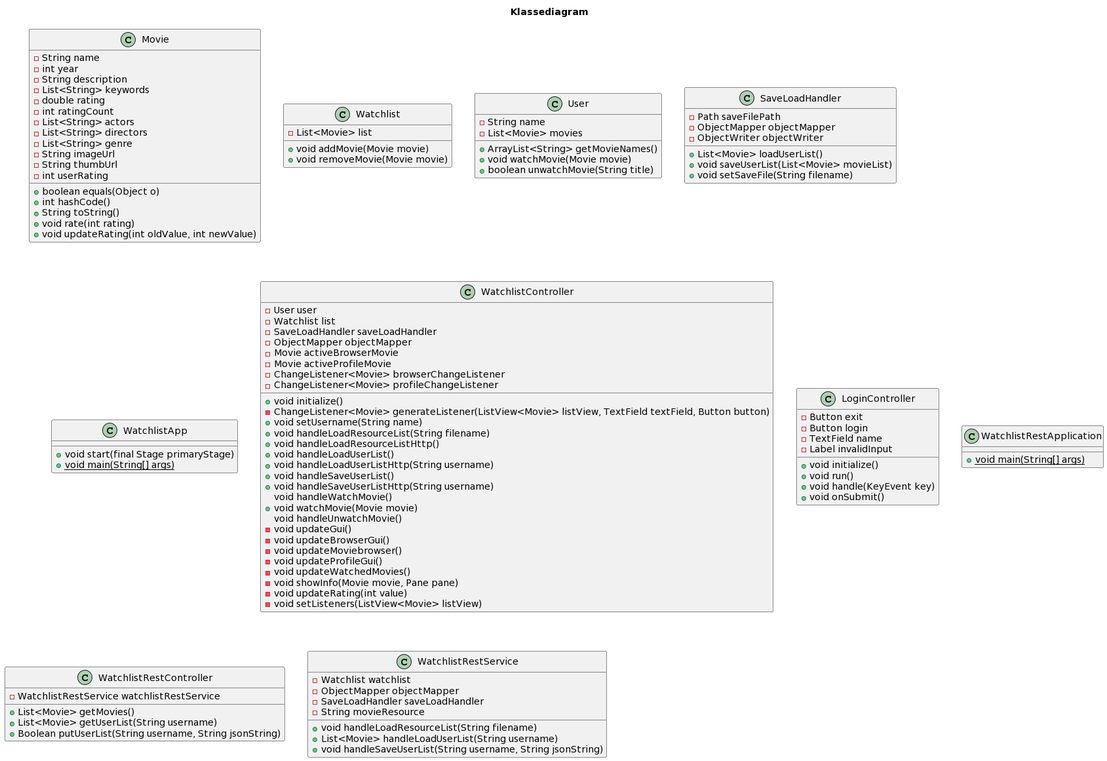
This is docs/release3/images/klassediagram.png from Vidarsg/Watchlist, a PlantUML export, as it was before one commit. Source of this version:
```plantuml
@startuml
title Klassediagram


class Movie {
    -String name
    -int year
    -String description
    -List<String> keywords
    -double rating
    -int ratingCount
    -List<String> actors
    -List<String> directors
    -List<String> genre
    -String imageUrl
    -String thumbUrl
    -int userRating
    +boolean equals(Object o)
    +int hashCode()
    +String toString()
    +void rate(int rating)
    +void updateRating(int oldValue, int newValue)
}

class Watchlist {
    -List<Movie> list
    +void addMovie(Movie movie)
    +void removeMovie(Movie movie)
}

class User {
    -String name
    -List<Movie> movies
    +ArrayList<String> getMovieNames()
    +void watchMovie(Movie movie)
    +boolean unwatchMovie(String title)
}

class SaveLoadHandler {
    -Path saveFilePath
    -ObjectMapper objectMapper
    -ObjectWriter objectWriter
    +List<Movie> loadUserList()
    +void saveUserList(List<Movie> movieList)
    +void setSaveFile(String filename)
}

class WatchlistApp {
    +void start(final Stage primaryStage)
    +{static} void main(String[] args)
}

class WatchlistController {
    -User user
    -Watchlist list
    -SaveLoadHandler saveLoadHandler
    -ObjectMapper objectMapper
    -Movie activeBrowserMovie
    -Movie activeProfileMovie
    -ChangeListener<Movie> browserChangeListener
    -ChangeListener<Movie> profileChangeListener


    +void initialize()
    -ChangeListener<Movie> generateListener(ListView<Movie> listView, TextField textField, Button button)
    +void setUsername(String name)
    +void handleLoadResourceList(String filename)
    +void handleLoadResourceListHttp()
    +void handleLoadUserList()
    +void handleLoadUserListHttp(String username)
    +void handleSaveUserList()
    +void handleSaveUserListHttp(String username)
    void handleWatchMovie()
    +void watchMovie(Movie movie)
    void handleUnwatchMovie()
    -void updateGui()
    -void updateBrowserGui()
    -void updateMoviebrowser()
    -void updateProfileGui()
    -void updateWatchedMovies()
    -void showInfo(Movie movie, Pane pane)
    -void updateRating(int value)
    -void setListeners(ListView<Movie> listView)
}

class LoginController {
    -Button exit
    -Button login
    -TextField name
    -Label invalidInput
    +void initialize()
    +void run()
    +void handle(KeyEvent key)
    +void onSubmit()
}

class WatchlistRestApplication {
    +{static} void main(String[] args)
}

class WatchlistRestController {
    -WatchlistRestService watchlistRestService
    +List<Movie> getMovies()
    +List<Movie> getUserList(String username)
    +Boolean putUserList(String username, String jsonString)
}

class WatchlistRestService {
    -Watchlist watchlist
    -ObjectMapper objectMapper
    -SaveLoadHandler saveLoadHandler
    -String movieResource
    +void handleLoadResourceList(String filename)
    +List<Movie> handleLoadUserList(String username)
    +void handleSaveUserList(String username, String jsonString)
}
@enduml
```
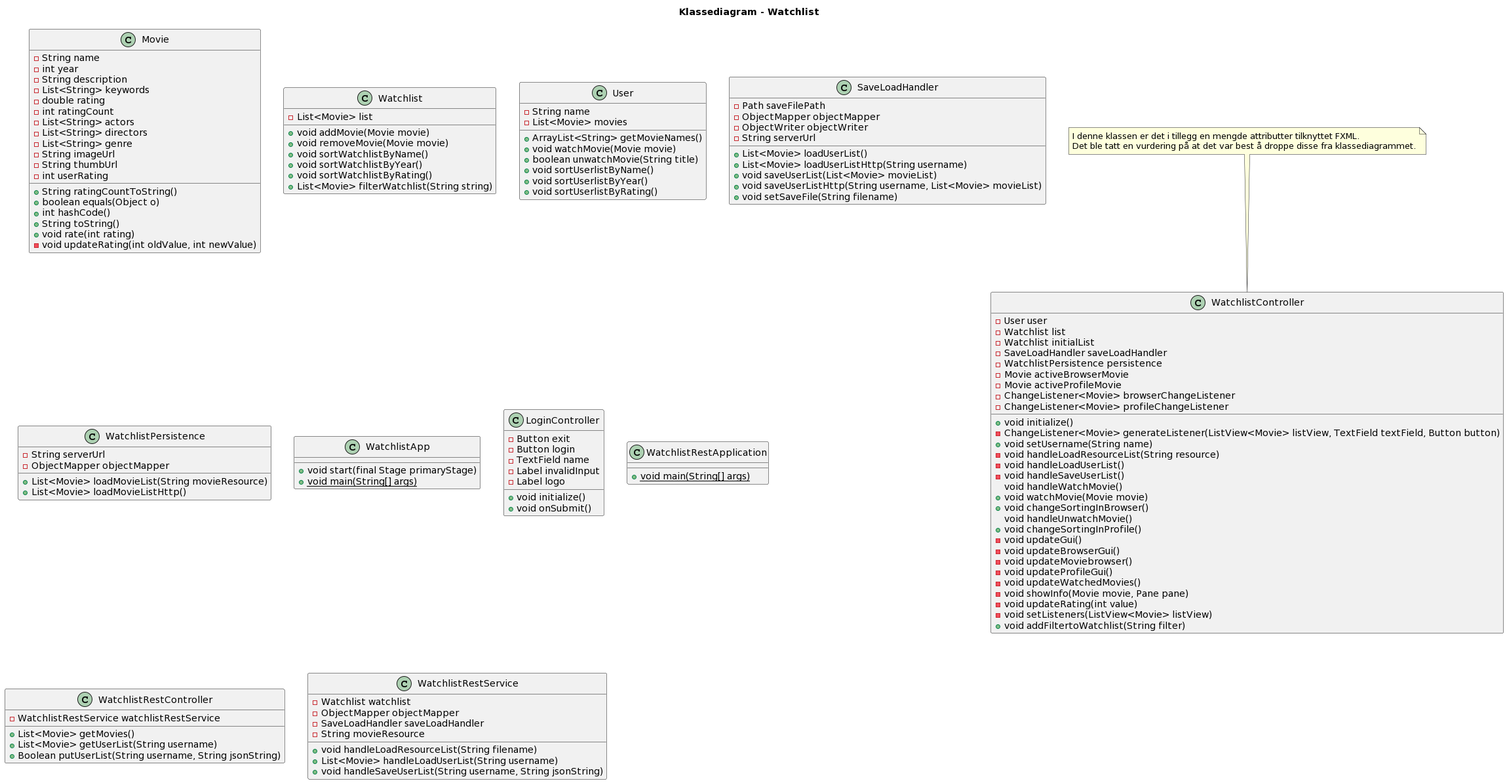
After the commit.

Commit message:
#17 Updated the class diagram

Updated the class diagram for release 3.

Issue: #17

The edit, as a diff of the source:
```diff
@@ -1,5 +1,5 @@
 @startuml
-title Klassediagram
+title Klassediagram - Watchlist
 
 
 class Movie {
@@ -15,17 +15,22 @@
     -String imageUrl
     -String thumbUrl
     -int userRating
+    +String ratingCountToString()
     +boolean equals(Object o)
     +int hashCode()
     +String toString()
     +void rate(int rating)
-    +void updateRating(int oldValue, int newValue)
+    -void updateRating(int oldValue, int newValue)
 }
 
 class Watchlist {
     -List<Movie> list
     +void addMovie(Movie movie)
     +void removeMovie(Movie movie)
+    +void sortWatchlistByName()
+    +void sortWatchlistByYear()
+    +void sortWatchlistByRating()
+    +List<Movie> filterWatchlist(String string)
 }
 
 class User {
@@ -34,15 +39,28 @@
     +ArrayList<String> getMovieNames()
     +void watchMovie(Movie movie)
     +boolean unwatchMovie(String title)
+    +void sortUserlistByName()
+    +void sortUserlistByYear()
+    +void sortUserlistByRating()
 }
 
 class SaveLoadHandler {
     -Path saveFilePath
     -ObjectMapper objectMapper
     -ObjectWriter objectWriter
+    -String serverUrl
     +List<Movie> loadUserList()
+    +List<Movie> loadUserListHttp(String username)
     +void saveUserList(List<Movie> movieList)
+    +void saveUserListHttp(String username, List<Movie> movieList)
     +void setSaveFile(String filename)
+}
+
+class WatchlistPersistence {
+    -String serverUrl
+    -ObjectMapper objectMapper
+    +List<Movie> loadMovieList(String movieResource)
+    +List<Movie> loadMovieListHttp()
 }
 
 class WatchlistApp {
@@ -53,26 +71,24 @@
 class WatchlistController {
     -User user
     -Watchlist list
+    -Watchlist initialList
     -SaveLoadHandler saveLoadHandler
-    -ObjectMapper objectMapper
+    -WatchlistPersistence persistence
     -Movie activeBrowserMovie
     -Movie activeProfileMovie
     -ChangeListener<Movie> browserChangeListener
     -ChangeListener<Movie> profileChangeListener
-
-
     +void initialize()
     -ChangeListener<Movie> generateListener(ListView<Movie> listView, TextField textField, Button button)
     +void setUsername(String name)
-    +void handleLoadResourceList(String filename)
-    +void handleLoadResourceListHttp()
-    +void handleLoadUserList()
-    +void handleLoadUserListHttp(String username)
-    +void handleSaveUserList()
-    +void handleSaveUserListHttp(String username)
+    -void handleLoadResourceList(String resource)
+    -void handleLoadUserList()
+    -void handleSaveUserList()
     void handleWatchMovie()
     +void watchMovie(Movie movie)
+    +void changeSortingInBrowser()
     void handleUnwatchMovie()
+    +void changeSortingInProfile()
     -void updateGui()
     -void updateBrowserGui()
     -void updateMoviebrowser()
@@ -81,16 +97,20 @@
     -void showInfo(Movie movie, Pane pane)
     -void updateRating(int value)
     -void setListeners(ListView<Movie> listView)
+    +void addFiltertoWatchlist(String filter)
 }
+note top
+    I denne klassen er det i tillegg en mengde attributter tilknyttet FXML.
+    Det ble tatt en vurdering på at det var best å droppe disse fra klassediagrammet.
+end note
 
 class LoginController {
     -Button exit
     -Button login
     -TextField name
     -Label invalidInput
+    -Label logo
     +void initialize()
-    +void run()
-    +void handle(KeyEvent key)
     +void onSubmit()
 }
 
```
